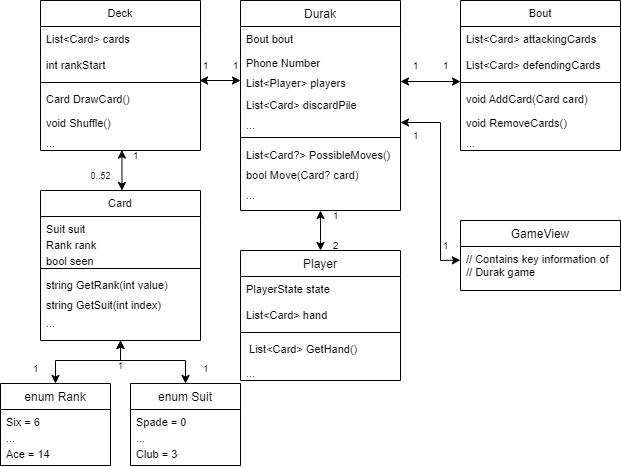
The draw.io diagram Thesis/img/modelUML.png in AzamatZarlykov/Durak-AI, before a commit. Source tidied: cells renumbered, new cells last; positions are measured from the earlier drawing's top-left corner, leaving out a move shared by most shapes.
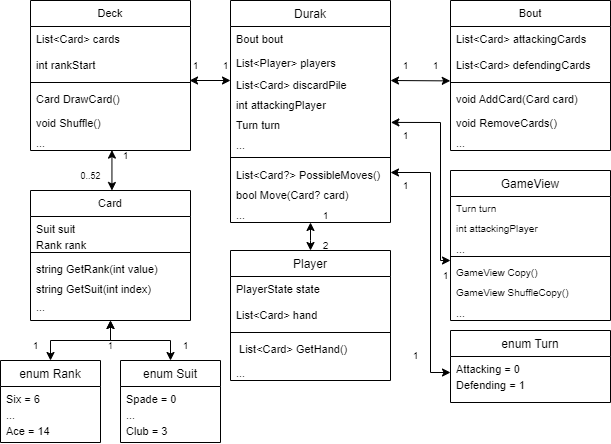
After the change.

What changed in the source:
```diff
@@ -3,34 +3,37 @@
     <mxCell id="0" />
     <mxCell id="1" parent="0" />
     <mxCell id="2" value="Durak" style="swimlane;fontStyle=0;align=center;verticalAlign=top;horizontal=1;startSize=26;rounded=0;shadow=0;strokeWidth=1;" parent="1" vertex="1">
-      <mxGeometry x="240" width="160" height="210" as="geometry" />
+      <mxGeometry x="240" width="160" height="222" as="geometry" />
     </mxCell>
     <mxCell id="3" value="Bout bout" style="text;align=left;verticalAlign=top;spacingLeft=4;spacingRight=4;overflow=hidden;fontSize=11;" parent="2" vertex="1">
       <mxGeometry y="26" width="160" height="24" as="geometry" />
     </mxCell>
-    <mxCell id="4" value="Phone Number" style="text;align=left;verticalAlign=top;spacingLeft=4;spacingRight=4;overflow=hidden;rounded=0;shadow=0;html=0;fontSize=11;" parent="2" vertex="1">
-      <mxGeometry y="50" width="160" height="20" as="geometry" />
-    </mxCell>
     <mxCell id="5" value="List&lt;Player&gt; players" style="text;align=left;verticalAlign=top;spacingLeft=4;spacingRight=4;overflow=hidden;points=[[0,0.5],[1,0.5]];portConstraint=eastwest;rounded=0;shadow=0;html=0;fontSize=11;" parent="2" vertex="1">
-      <mxGeometry y="70" width="160" height="22" as="geometry" />
+      <mxGeometry y="50" width="160" height="22" as="geometry" />
     </mxCell>
     <mxCell id="6" value="List&lt;Card&gt; discardPile" style="text;align=left;verticalAlign=top;spacingLeft=4;spacingRight=4;overflow=hidden;points=[[0,0.5],[1,0.5]];portConstraint=eastwest;rounded=0;shadow=0;html=0;fontSize=11;" parent="2" vertex="1">
-      <mxGeometry y="92" width="160" height="20" as="geometry" />
+      <mxGeometry y="72" width="160" height="20" as="geometry" />
     </mxCell>
-    <mxCell id="7" value="..." style="text;align=left;verticalAlign=top;spacingLeft=4;spacingRight=4;overflow=hidden;points=[[0,0.5],[1,0.5]];portConstraint=eastwest;rounded=0;shadow=0;html=0;fontSize=11;" parent="2" vertex="1">
-      <mxGeometry y="112" width="160" height="20" as="geometry" />
+    <mxCell id="7" value="int attackingPlayer" style="text;align=left;verticalAlign=top;spacingLeft=4;spacingRight=4;overflow=hidden;points=[[0,0.5],[1,0.5]];portConstraint=eastwest;rounded=0;shadow=0;html=0;fontSize=11;" parent="2" vertex="1">
+      <mxGeometry y="92" width="160" height="20" as="geometry" />
     </mxCell>
+    <mxCell id="70" value="Turn turn" style="text;align=left;verticalAlign=top;spacingLeft=4;spacingRight=4;overflow=hidden;rounded=0;shadow=0;html=0;fontSize=11;" parent="2" vertex="1">
+      <mxGeometry y="112" width="160" height="20" as="geometry" />
+    </mxCell>
+    <mxCell id="71" value="..." style="text;align=left;verticalAlign=top;spacingLeft=4;spacingRight=4;overflow=hidden;rounded=0;shadow=0;html=0;fontSize=11;" parent="2" vertex="1">
+      <mxGeometry y="132" width="160" height="20" as="geometry" />
+    </mxCell>
     <mxCell id="8" style="line;html=1;strokeWidth=1;align=left;verticalAlign=middle;spacingTop=-1;spacingLeft=3;spacingRight=3;labelPosition=right;" parent="2" vertex="1">
-      <mxGeometry y="132" width="160" height="10" as="geometry" />
+      <mxGeometry y="152" width="160" height="10" as="geometry" />
     </mxCell>
     <mxCell id="9" value="List&lt;Card?&gt; PossibleMoves()" style="text;align=left;verticalAlign=top;spacingLeft=4;spacingRight=4;overflow=hidden;points=[[0,0.5],[1,0.5]];portConstraint=eastwest;rounded=0;shadow=0;html=0;fontSize=11;" parent="2" vertex="1">
-      <mxGeometry y="142" width="160" height="20" as="geometry" />
+      <mxGeometry y="162" width="160" height="20" as="geometry" />
     </mxCell>
     <mxCell id="10" value="bool Move(Card? card)" style="text;align=left;verticalAlign=top;spacingLeft=4;spacingRight=4;overflow=hidden;rounded=0;shadow=0;html=0;fontSize=11;" parent="2" vertex="1">
-      <mxGeometry y="162" width="160" height="20" as="geometry" />
+      <mxGeometry y="182" width="160" height="20" as="geometry" />
     </mxCell>
     <mxCell id="11" value="..." style="text;align=left;verticalAlign=top;spacingLeft=4;spacingRight=4;overflow=hidden;rounded=0;shadow=0;html=0;fontSize=11;" parent="2" vertex="1">
-      <mxGeometry y="182" width="160" height="20" as="geometry" />
+      <mxGeometry y="202" width="160" height="20" as="geometry" />
     </mxCell>
     <mxCell id="12" value="Player" style="swimlane;fontStyle=0;align=center;verticalAlign=top;horizontal=1;startSize=26;rounded=0;shadow=0;strokeWidth=1;" parent="1" vertex="1">
       <mxGeometry x="240" y="250" width="160" height="130" as="geometry" />
@@ -71,7 +74,7 @@
     <mxCell id="24" value="..." style="text;align=left;verticalAlign=top;spacingLeft=4;spacingRight=4;overflow=hidden;fontSize=11;" parent="18" vertex="1">
       <mxGeometry y="130" width="160" height="20" as="geometry" />
     </mxCell>
-    <mxCell id="25" style="endArrow=classic;startArrow=classic;html=1;rounded=0;fontSize=11;entryX=0;entryY=-0.208;entryDx=0;entryDy=0;exitX=1;exitY=0.5;exitDx=0;exitDy=0;entryPerimeter=0;" parent="1" edge="1" source="5" target="22">
+    <mxCell id="25" style="endArrow=classic;startArrow=classic;html=1;rounded=0;fontSize=11;entryX=0.992;entryY=1.013;entryDx=0;entryDy=0;exitX=1;exitY=0.4;exitDx=0;exitDy=0;entryPerimeter=0;exitPerimeter=0;" parent="1" edge="1" source="6" target="48">
       <mxGeometry relative="1" as="geometry" />
     </mxCell>
     <mxCell id="26" value="&lt;font style=&quot;font-size: 10px;&quot;&gt;1&lt;/font&gt;" style="text;html=1;align=center;verticalAlign=middle;strokeColor=none;fillColor=none;fontSize=11;" parent="1" vertex="1">
@@ -110,7 +113,7 @@
       <mxGeometry x="190" y="50" width="30" height="30" as="geometry" />
     </mxCell>
     <mxCell id="37" value="Card" style="swimlane;fontStyle=0;align=center;verticalAlign=top;horizontal=1;startSize=26;rounded=0;shadow=0;strokeWidth=1;fontSize=11;" parent="1" vertex="1">
-      <mxGeometry x="40" y="190" width="160" height="150" as="geometry" />
+      <mxGeometry x="40" y="190" width="160" height="130" as="geometry" />
     </mxCell>
     <mxCell id="38" value="Suit suit" style="text;align=left;verticalAlign=top;spacingLeft=4;spacingRight=4;overflow=hidden;fontSize=11;" parent="37" vertex="1">
       <mxGeometry y="26" width="160" height="16" as="geometry" />
@@ -118,20 +121,17 @@
     <mxCell id="39" value="Rank rank" style="text;align=left;verticalAlign=top;spacingLeft=4;spacingRight=4;overflow=hidden;fontSize=11;" parent="37" vertex="1">
       <mxGeometry y="42" width="160" height="16" as="geometry" />
     </mxCell>
-    <mxCell id="40" value="bool seen" style="text;align=left;verticalAlign=top;spacingLeft=4;spacingRight=4;overflow=hidden;fontSize=11;" parent="37" vertex="1">
-      <mxGeometry y="58" width="160" height="16" as="geometry" />
-    </mxCell>
     <mxCell id="41" style="line;html=1;strokeWidth=1;align=left;verticalAlign=middle;spacingTop=-1;spacingLeft=3;spacingRight=3;labelPosition=right;" parent="37" vertex="1">
-      <mxGeometry y="74" width="160" height="8" as="geometry" />
+      <mxGeometry y="58" width="160" height="8" as="geometry" />
     </mxCell>
     <mxCell id="42" value="string GetRank(int value)" style="text;align=left;verticalAlign=top;spacingLeft=4;spacingRight=4;overflow=hidden;fontSize=11;" parent="37" vertex="1">
-      <mxGeometry y="82" width="160" height="20" as="geometry" />
+      <mxGeometry y="66" width="160" height="20" as="geometry" />
     </mxCell>
     <mxCell id="43" value="string GetSuit(int index)" style="text;align=left;verticalAlign=top;spacingLeft=4;spacingRight=4;overflow=hidden;fontSize=11;" parent="37" vertex="1">
-      <mxGeometry y="102" width="160" height="18" as="geometry" />
+      <mxGeometry y="86" width="160" height="18" as="geometry" />
     </mxCell>
     <mxCell id="44" value="..." style="text;align=left;verticalAlign=top;spacingLeft=4;spacingRight=4;overflow=hidden;fontSize=11;" parent="37" vertex="1">
-      <mxGeometry y="120" width="160" height="20" as="geometry" />
+      <mxGeometry y="104" width="160" height="20" as="geometry" />
     </mxCell>
     <mxCell id="45" style="endArrow=classic;startArrow=classic;html=1;rounded=0;fontSize=11;entryX=0.509;entryY=0.98;entryDx=0;entryDy=0;entryPerimeter=0;exitX=0.509;exitY=0;exitDx=0;exitDy=0;exitPerimeter=0;" parent="1" edge="1" source="37" target="34">
       <mxGeometry relative="1" as="geometry" />
@@ -146,53 +146,53 @@
       <mxGeometry x="430" y="50" width="30" height="30" as="geometry" />
     </mxCell>
     <mxCell id="49" value="enum Rank" style="swimlane;fontStyle=0;align=center;verticalAlign=top;horizontal=1;startSize=26;rounded=0;shadow=0;strokeWidth=1;" parent="1" vertex="1">
-      <mxGeometry y="383" width="110" height="82" as="geometry" />
+      <mxGeometry x="10" y="360" width="100" height="82" as="geometry" />
     </mxCell>
     <mxCell id="50" value="Six = 6" style="text;align=left;verticalAlign=top;spacingLeft=4;spacingRight=4;overflow=hidden;fontSize=11;" parent="49" vertex="1">
-      <mxGeometry y="26" width="110" height="16" as="geometry" />
+      <mxGeometry y="26" width="100" height="16" as="geometry" />
     </mxCell>
     <mxCell id="51" value="..." style="text;align=left;verticalAlign=top;spacingLeft=4;spacingRight=4;overflow=hidden;fontSize=11;" parent="49" vertex="1">
-      <mxGeometry y="42" width="110" height="16" as="geometry" />
+      <mxGeometry y="42" width="100" height="16" as="geometry" />
     </mxCell>
     <mxCell id="52" value="Ace = 14" style="text;align=left;verticalAlign=top;spacingLeft=4;spacingRight=4;overflow=hidden;fontSize=11;" parent="49" vertex="1">
-      <mxGeometry y="58" width="110" height="16" as="geometry" />
+      <mxGeometry y="58" width="100" height="16" as="geometry" />
     </mxCell>
     <mxCell id="53" value="enum Suit" style="swimlane;fontStyle=0;align=center;verticalAlign=top;horizontal=1;startSize=26;rounded=0;shadow=0;strokeWidth=1;" parent="1" vertex="1">
-      <mxGeometry x="130" y="383" width="110" height="82" as="geometry" />
+      <mxGeometry x="130" y="360" width="100" height="82" as="geometry" />
     </mxCell>
     <mxCell id="54" value="Spade = 0" style="text;align=left;verticalAlign=top;spacingLeft=4;spacingRight=4;overflow=hidden;fontSize=11;" parent="53" vertex="1">
-      <mxGeometry y="26" width="110" height="16" as="geometry" />
+      <mxGeometry y="26" width="100" height="16" as="geometry" />
     </mxCell>
     <mxCell id="55" value="..." style="text;align=left;verticalAlign=top;spacingLeft=4;spacingRight=4;overflow=hidden;fontSize=11;" parent="53" vertex="1">
-      <mxGeometry y="42" width="110" height="16" as="geometry" />
+      <mxGeometry y="42" width="100" height="16" as="geometry" />
     </mxCell>
     <mxCell id="56" value="Club = 3" style="text;align=left;verticalAlign=top;spacingLeft=4;spacingRight=4;overflow=hidden;fontSize=11;" parent="53" vertex="1">
-      <mxGeometry y="58" width="110" height="16" as="geometry" />
+      <mxGeometry y="58" width="100" height="16" as="geometry" />
     </mxCell>
     <mxCell id="57" style="endArrow=classic;startArrow=classic;html=1;rounded=0;fontSize=9;exitX=0.5;exitY=0;exitDx=0;exitDy=0;entryX=0.5;entryY=1;entryDx=0;entryDy=0;" parent="1" edge="1" source="49" target="37">
       <mxGeometry relative="1" as="geometry">
         <Array as="points">
-          <mxPoint x="55" y="360" />
-          <mxPoint x="120" y="360" />
+          <mxPoint x="60" y="340" />
+          <mxPoint x="120" y="340" />
         </Array>
       </mxGeometry>
     </mxCell>
     <mxCell id="58" style="endArrow=classic;startArrow=classic;html=1;rounded=0;fontSize=9;exitX=0.5;exitY=0;exitDx=0;exitDy=0;entryX=0.5;entryY=1;entryDx=0;entryDy=0;" parent="1" edge="1" source="53" target="37">
       <mxGeometry relative="1" as="geometry">
         <Array as="points">
-          <mxPoint x="185" y="360" />
-          <mxPoint x="120" y="360" />
+          <mxPoint x="180" y="340" />
+          <mxPoint x="120" y="340" />
         </Array>
       </mxGeometry>
     </mxCell>
     <mxCell id="59" value="&lt;font style=&quot;font-size: 10px;&quot;&gt;1&lt;/font&gt;" style="text;html=1;align=center;verticalAlign=middle;strokeColor=none;fillColor=none;fontSize=11;" parent="1" vertex="1">
-      <mxGeometry x="190" y="353" width="30" height="30" as="geometry" />
+      <mxGeometry x="180" y="330" width="30" height="30" as="geometry" />
     </mxCell>
     <mxCell id="60" value="&lt;font style=&quot;font-size: 10px;&quot;&gt;1&lt;/font&gt;" style="text;html=1;align=center;verticalAlign=middle;strokeColor=none;fillColor=none;fontSize=11;" parent="1" vertex="1">
-      <mxGeometry x="20" y="353" width="30" height="30" as="geometry" />
+      <mxGeometry x="30" y="330" width="30" height="30" as="geometry" />
     </mxCell>
     <mxCell id="61" value="&lt;font style=&quot;font-size: 9px;&quot;&gt;1&lt;/font&gt;" style="text;html=1;align=center;verticalAlign=middle;strokeColor=none;fillColor=none;fontSize=11;" parent="1" vertex="1">
-      <mxGeometry x="105" y="350" width="30" height="30" as="geometry" />
+      <mxGeometry x="105" y="330" width="30" height="30" as="geometry" />
     </mxCell>
     <mxCell id="62" style="endArrow=classic;startArrow=classic;html=1;rounded=0;fontSize=11;entryX=0.5;entryY=0;entryDx=0;entryDy=0;exitX=0.5;exitY=1;exitDx=0;exitDy=0;" parent="1" edge="1" source="2" target="12">
       <mxGeometry relative="1" as="geometry">
@@ -208,16 +208,35 @@
       <mxGeometry x="320" y="200" width="30" height="30" as="geometry" />
     </mxCell>
     <mxCell id="65" value="GameView" style="swimlane;fontStyle=0;align=center;verticalAlign=top;horizontal=1;startSize=26;rounded=0;shadow=0;strokeWidth=1;" parent="1" vertex="1">
-      <mxGeometry x="460" y="220" width="160" height="70" as="geometry" />
+      <mxGeometry x="460" y="170" width="160" height="150" as="geometry" />
     </mxCell>
+    <mxCell id="72" value="Turn turn" style="text;align=left;verticalAlign=top;spacingLeft=4;spacingRight=4;overflow=hidden;fontSize=10;" parent="65" vertex="1">
+      <mxGeometry y="26" width="160" height="20" as="geometry" />
+    </mxCell>
+    <mxCell id="73" value="int attackingPlayer" style="text;align=left;verticalAlign=top;spacingLeft=4;spacingRight=4;overflow=hidden;fontSize=10;" parent="65" vertex="1">
+      <mxGeometry y="46" width="160" height="20" as="geometry" />
+    </mxCell>
+    <mxCell id="74" value="..." style="text;align=left;verticalAlign=top;spacingLeft=4;spacingRight=4;overflow=hidden;rounded=0;shadow=0;html=0;fontSize=11;" parent="65" vertex="1">
+      <mxGeometry y="66" width="160" height="16" as="geometry" />
+    </mxCell>
+    <mxCell id="75" style="line;html=1;strokeWidth=1;align=left;verticalAlign=middle;spacingTop=-1;spacingLeft=3;spacingRight=3;labelPosition=right;" parent="65" vertex="1">
+      <mxGeometry y="82" width="160" height="8" as="geometry" />
+    </mxCell>
-    <mxCell id="66" value="// Contains key information of &#10;// Durak game" style="text;align=left;verticalAlign=top;spacingLeft=4;spacingRight=4;overflow=hidden;points=[[0,0.5],[1,0.5]];portConstraint=eastwest;fontSize=11;" parent="65" vertex="1">
-      <mxGeometry y="26" width="160" height="34" as="geometry" />
+    <mxCell id="66" value="GameView Copy()" style="text;align=left;verticalAlign=top;spacingLeft=4;spacingRight=4;overflow=hidden;points=[[0,0.5],[1,0.5]];portConstraint=eastwest;fontSize=10;" parent="65" vertex="1">
+      <mxGeometry y="90" width="160" height="20" as="geometry" />
     </mxCell>
+    <mxCell id="76" value="GameView ShuffleCopy()" style="text;align=left;verticalAlign=top;spacingLeft=4;spacingRight=4;overflow=hidden;fontSize=10;" parent="65" vertex="1">
+      <mxGeometry y="110" width="160" height="20" as="geometry" />
+    </mxCell>
+    <mxCell id="77" value="..." style="text;align=left;verticalAlign=top;spacingLeft=4;spacingRight=4;overflow=hidden;rounded=0;shadow=0;html=0;fontSize=11;" parent="65" vertex="1">
+      <mxGeometry y="130" width="160" height="20" as="geometry" />
+    </mxCell>
-    <mxCell id="67" style="endArrow=classic;startArrow=classic;html=1;rounded=0;fontSize=11;entryX=-0.001;entryY=0.401;entryDx=0;entryDy=0;entryPerimeter=0;exitX=1;exitY=0.5;exitDx=0;exitDy=0;" parent="1" edge="1" source="7" target="66">
+    <mxCell id="67" style="endArrow=classic;startArrow=classic;html=1;rounded=0;fontSize=11;exitX=0.012;exitY=0.064;exitDx=0;exitDy=0;exitPerimeter=0;" parent="1" edge="1" source="68">
       <mxGeometry relative="1" as="geometry">
+        <mxPoint x="460" y="260" as="targetPoint" />
         <Array as="points">
-          <mxPoint x="440" y="122" />
-          <mxPoint x="440" y="260" />
+          <mxPoint x="450" y="122" />
+          <mxPoint x="450" y="260" />
         </Array>
       </mxGeometry>
     </mxCell>
@@ -225,7 +244,30 @@
       <mxGeometry x="400" y="120" width="30" height="30" as="geometry" />
     </mxCell>
     <mxCell id="69" value="&lt;font style=&quot;font-size: 10px;&quot;&gt;1&lt;/font&gt;" style="text;html=1;align=center;verticalAlign=middle;strokeColor=none;fillColor=none;fontSize=11;" parent="1" vertex="1">
-      <mxGeometry x="430" y="230" width="30" height="30" as="geometry" />
+      <mxGeometry x="440" y="260" width="30" height="30" as="geometry" />
     </mxCell>
+    <mxCell id="78" value="enum Turn" style="swimlane;fontStyle=0;align=center;verticalAlign=top;horizontal=1;startSize=26;rounded=0;shadow=0;strokeWidth=1;" parent="1" vertex="1">
+      <mxGeometry x="460" y="330" width="160" height="72" as="geometry" />
+    </mxCell>
+    <mxCell id="79" value="Attacking = 0" style="text;align=left;verticalAlign=top;spacingLeft=4;spacingRight=4;overflow=hidden;fontSize=11;" parent="78" vertex="1">
+      <mxGeometry y="26" width="160" height="16" as="geometry" />
+    </mxCell>
+    <mxCell id="80" value="Defending = 1" style="text;align=left;verticalAlign=top;spacingLeft=4;spacingRight=4;overflow=hidden;points=[[0,0.5],[1,0.5]];portConstraint=eastwest;fontSize=11;" parent="78" vertex="1">
+      <mxGeometry y="42" width="160" height="18" as="geometry" />
+    </mxCell>
+    <mxCell id="81" style="endArrow=classic;startArrow=classic;html=1;rounded=0;entryX=0;entryY=0;entryDx=0;entryDy=0;entryPerimeter=0;exitX=1;exitY=0.5;exitDx=0;exitDy=0;" parent="1" edge="1" source="9" target="80">
+      <mxGeometry x="-0.09" y="-40" relative="1" as="geometry">
+        <Array as="points">
+          <mxPoint x="440" y="172" />
+          <mxPoint x="440" y="372" />
+        </Array>
+      </mxGeometry>
+    </mxCell>
+    <mxCell id="82" value="&lt;font style=&quot;font-size: 10px;&quot;&gt;1&lt;/font&gt;" style="text;html=1;align=center;verticalAlign=middle;strokeColor=none;fillColor=none;fontSize=11;" parent="1" vertex="1">
+      <mxGeometry x="400" y="170" width="30" height="30" as="geometry" />
+    </mxCell>
+    <mxCell id="83" value="&lt;font style=&quot;font-size: 10px;&quot;&gt;1&lt;/font&gt;" style="text;html=1;align=center;verticalAlign=middle;strokeColor=none;fillColor=none;fontSize=11;" parent="1" vertex="1">
+      <mxGeometry x="410" y="340" width="30" height="30" as="geometry" />
+    </mxCell>
   </root>
 </mxGraphModel>
```
